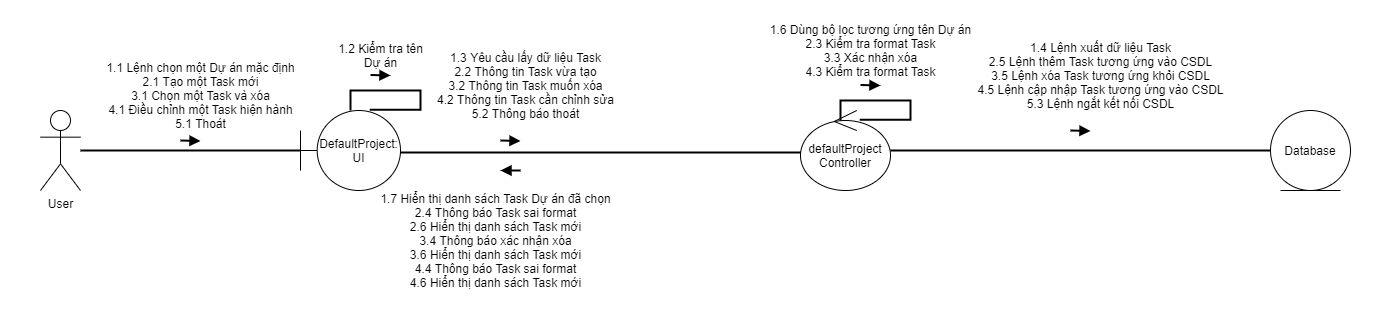
Above: ToDoApp-Doc/Document/Diagram/Collaboration Diagram/DefaultProjectManagement/CollaborationDiagram_DefaultProjectManagement.png in Merevoli-DatLuu/To-Do-App (draw.io), before the change. Source tidied: cells renumbered, new cells last; positions are measured from the earlier drawing's top-left corner, leaving out a move shared by most shapes.
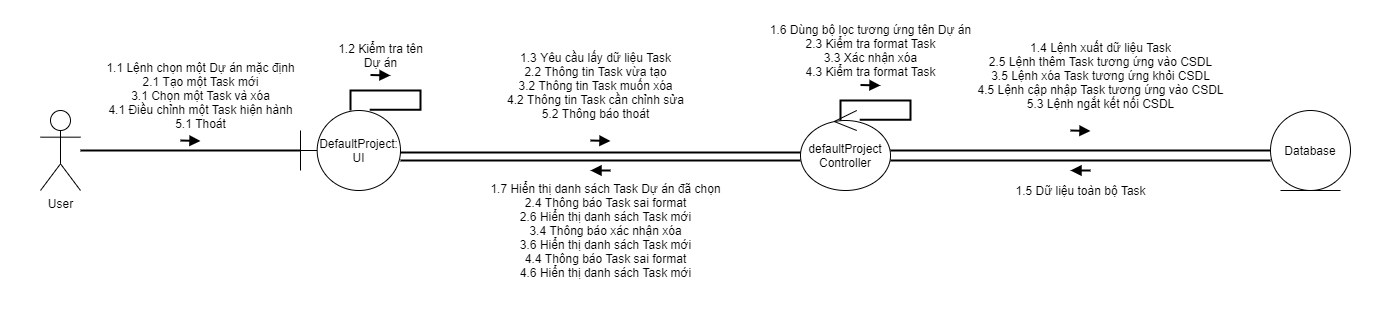
After the change.

Commit message:
[TODO-53]-[Modified]: DefaultProjectManagement Collab Diagram

The edit, as a diff of the source:
```diff
@@ -40,8 +40,8 @@
     </mxCell>
     <mxCell id="12" style="endArrow=none;html=1;startArrow=block;startFill=1;endFill=0;strokeWidth=2;rounded=0;" parent="1" edge="1">
       <mxGeometry relative="1" as="geometry">
-        <mxPoint x="520" y="140.5" as="sourcePoint" />
-        <mxPoint x="500" y="140" as="targetPoint" />
+        <mxPoint x="610" y="140.5" as="sourcePoint" />
+        <mxPoint x="590" y="140" as="targetPoint" />
       </mxGeometry>
     </mxCell>
     <mxCell id="13" value="1.1 Lệnh chọn một Dự án mặc định&lt;br&gt;2.1 Tạo một Task mới&lt;br&gt;3.1 Chọn một Task và xóa&lt;br&gt;4.1 Điều chỉnh một Task hiện hành&lt;br&gt;5.1 Thoát&lt;br&gt;" style="text;html=1;align=center;verticalAlign=middle;" parent="1" vertex="1">
@@ -60,16 +60,16 @@
       <mxGeometry x="330" y="40" width="100" height="30" as="geometry" />
     </mxCell>
     <mxCell id="16" value="1.3 Yêu cầu lấy dữ liệu Task&lt;br&gt;2.2 Thông tin Task vừa tạo&lt;br&gt;3.2 Thông tin Task muốn xóa&lt;br&gt;4.2 Thông tin Task cần chỉnh sửa&lt;br&gt;5.2 Thông báo thoát" style="text;html=1;align=center;verticalAlign=middle;" parent="1" vertex="1">
-      <mxGeometry x="430" y="50" width="190" height="70" as="geometry" />
+      <mxGeometry x="500" y="50" width="190" height="70" as="geometry" />
     </mxCell>
     <mxCell id="17" style="endArrow=none;html=1;startArrow=block;startFill=1;endFill=0;strokeWidth=2;rounded=0;" parent="1" edge="1">
       <mxGeometry relative="1" as="geometry">
-        <mxPoint x="500" y="170" as="sourcePoint" />
-        <mxPoint x="520" y="170" as="targetPoint" />
+        <mxPoint x="590" y="170" as="sourcePoint" />
+        <mxPoint x="610" y="170" as="targetPoint" />
       </mxGeometry>
     </mxCell>
     <mxCell id="18" value="1.7 Hiển thị danh sách Task Dự án đã chọn&lt;br&gt;2.4 Thông báo Task sai format&lt;br&gt;2.6 Hiển thị danh sách Task mới&lt;br&gt;3.4 Thông báo xác nhận xóa&lt;br&gt;3.6 Hiển thị danh sách Task mới&lt;br&gt;4.4 Thông báo Task sai format&lt;br&gt;4.6 Hiển thị danh sách Task mới" style="text;html=1;align=center;verticalAlign=middle;" parent="1" vertex="1">
-      <mxGeometry x="370" y="190" width="250" height="100" as="geometry" />
+      <mxGeometry x="480" y="180" width="250" height="100" as="geometry" />
     </mxCell>
     <mxCell id="19" style="edgeStyle=orthogonalEdgeStyle;rounded=0;orthogonalLoop=1;jettySize=auto;html=1;entryX=0.692;entryY=-0.01;entryDx=0;entryDy=0;entryPerimeter=0;strokeWidth=2;endArrow=none;endFill=0;" parent="1" edge="1">
       <mxGeometry relative="1" as="geometry">
@@ -100,5 +100,20 @@
         <mxPoint x="370" y="74.5" as="targetPoint" />
       </mxGeometry>
     </mxCell>
+    <mxCell id="24" style="line;strokeWidth=2;fillColor=none;align=left;verticalAlign=middle;spacingTop=-1;spacingLeft=3;spacingRight=3;labelPosition=right;" parent="1" vertex="1">
+      <mxGeometry x="400" y="156" width="400" height="8" as="geometry" />
+    </mxCell>
+    <mxCell id="25" style="line;strokeWidth=2;fillColor=none;align=left;verticalAlign=middle;spacingTop=-1;spacingLeft=3;spacingRight=3;labelPosition=right;" parent="1" vertex="1">
+      <mxGeometry x="890" y="156" width="380" height="8" as="geometry" />
+    </mxCell>
+    <mxCell id="26" style="endArrow=none;html=1;startArrow=block;startFill=1;endFill=0;strokeWidth=2;rounded=0;" parent="1" edge="1">
+      <mxGeometry relative="1" as="geometry">
+        <mxPoint x="1070" y="170" as="sourcePoint" />
+        <mxPoint x="1090" y="170" as="targetPoint" />
+      </mxGeometry>
+    </mxCell>
+    <mxCell id="27" value="1.5 Dữ liệu toàn bộ Task" style="text;html=1;align=center;verticalAlign=middle;" parent="1" vertex="1">
+      <mxGeometry x="1005" y="180" width="150" height="20" as="geometry" />
+    </mxCell>
   </root>
 </mxGraphModel>
```
